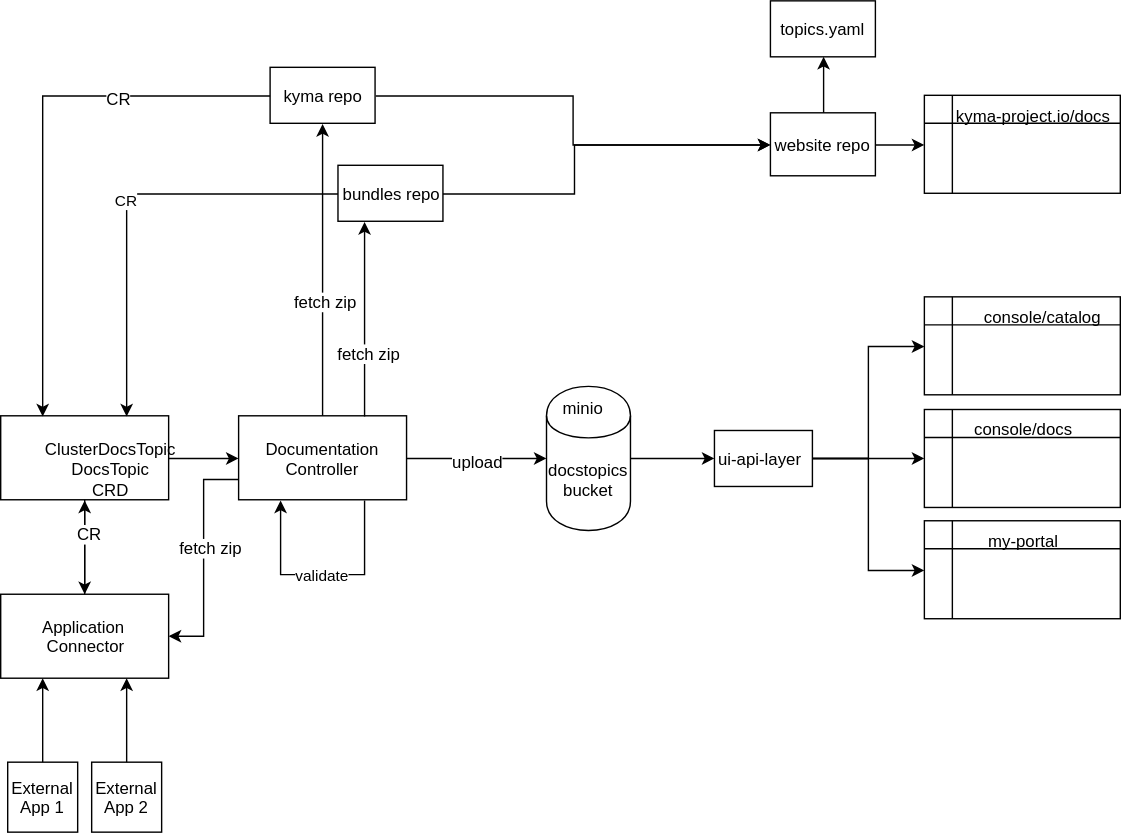
This is sig-and-wg/sig-core/proposals/assets/main-arch.svg from kyma-project/community, a draw.io export, as it was before one commit. Source tidied: cells renumbered, new cells last; positions are measured from the earlier drawing's top-left corner, leaving out a move shared by most shapes. Source of this version:
```xml
<mxGraphModel background="#ffffff">
  <root>
    <mxCell id="0" />
    <mxCell id="1" parent="0" />
    <mxCell id="2" style="edgeStyle=orthogonalEdgeStyle;rounded=0;html=1;entryX=0;entryY=0.5;jettySize=auto;" parent="1" edge="1" source="3" target="11">
      <mxGeometry relative="1" as="geometry" />
    </mxCell>
    <mxCell id="3" value="docstopics bucket&lt;br&gt;" style="shape=cylinder;whiteSpace=wrap;html=1;boundedLbl=1;backgroundOutline=1;fillColor=none;" parent="1" vertex="1">
      <mxGeometry x="390" y="275.5" width="60" height="103" as="geometry" />
    </mxCell>
    <mxCell id="4" value="&lt;blockquote style=&quot;margin: 0 0 0 40px ; border: none ; padding: 0px&quot;&gt;&lt;div style=&quot;text-align: center&quot;&gt;&lt;span&gt;console/catalog&lt;/span&gt;&lt;/div&gt;&lt;/blockquote&gt;" style="shape=internalStorage;whiteSpace=wrap;html=1;backgroundOutline=1;fillColor=none;horizontal=1;verticalAlign=top;align=left;" parent="1" vertex="1">
      <mxGeometry x="660" y="211.5" width="140" height="70" as="geometry" />
    </mxCell>
    <mxCell id="5" value="my-portal" style="shape=internalStorage;whiteSpace=wrap;html=1;backgroundOutline=1;fillColor=none;horizontal=1;verticalAlign=top;" parent="1" vertex="1">
      <mxGeometry x="660" y="371.5" width="140" height="70" as="geometry" />
    </mxCell>
    <mxCell id="6" value="console/docs" style="shape=internalStorage;whiteSpace=wrap;html=1;backgroundOutline=1;fillColor=none;horizontal=1;verticalAlign=top;" parent="1" vertex="1">
      <mxGeometry x="660" y="292" width="140" height="70" as="geometry" />
    </mxCell>
    <mxCell id="7" value="&amp;nbsp; &amp;nbsp; &amp;nbsp; kyma-project.io/docs" style="shape=internalStorage;whiteSpace=wrap;html=1;backgroundOutline=1;fillColor=none;horizontal=1;verticalAlign=top;align=left;" parent="1" vertex="1">
      <mxGeometry x="660" y="67.5" width="140" height="70" as="geometry" />
    </mxCell>
    <mxCell id="8" style="edgeStyle=orthogonalEdgeStyle;rounded=0;html=1;exitX=1;exitY=0.5;entryX=0;entryY=0.5;jettySize=auto;" parent="1" edge="1" source="11" target="4">
      <mxGeometry relative="1" as="geometry" />
    </mxCell>
    <mxCell id="9" style="edgeStyle=orthogonalEdgeStyle;rounded=0;html=1;entryX=0;entryY=0.5;jettySize=auto;" parent="1" edge="1" source="11" target="6">
      <mxGeometry relative="1" as="geometry" />
    </mxCell>
    <mxCell id="10" style="edgeStyle=orthogonalEdgeStyle;rounded=0;html=1;entryX=0;entryY=0.5;jettySize=auto;" parent="1" edge="1" source="11" target="5">
      <mxGeometry relative="1" as="geometry" />
    </mxCell>
    <mxCell id="11" value="ui-api-layer" style="rounded=0;whiteSpace=wrap;html=1;fillColor=none;align=left;" parent="1" vertex="1">
      <mxGeometry x="510" y="307" width="70" height="40" as="geometry" />
    </mxCell>
    <mxCell id="12" style="edgeStyle=orthogonalEdgeStyle;rounded=0;html=1;jettySize=auto;entryX=0;entryY=0.5;" parent="1" edge="1" source="21" target="3">
      <mxGeometry relative="1" as="geometry" />
    </mxCell>
    <mxCell id="13" value="upload" style="text;html=1;align=center;verticalAlign=middle;labelBackgroundColor=#ffffff;" parent="12" vertex="1">
      <mxGeometry x="0.44" y="-1" relative="1" as="geometry">
        <mxPoint x="-22" as="offset" />
      </mxGeometry>
    </mxCell>
    <mxCell id="14" value="validate" style="edgeStyle=orthogonalEdgeStyle;rounded=0;html=1;exitX=0.75;exitY=1;jettySize=auto;orthogonalLoop=1;entryX=0.25;entryY=1;" parent="1" edge="1" source="21" target="21">
      <mxGeometry relative="1" as="geometry">
        <Array as="points">
          <mxPoint x="260" y="410" />
          <mxPoint x="200" y="410" />
        </Array>
      </mxGeometry>
    </mxCell>
    <mxCell id="15" style="edgeStyle=orthogonalEdgeStyle;rounded=0;html=1;entryX=0.5;entryY=1;jettySize=auto;" parent="1" edge="1" source="21" target="28">
      <mxGeometry relative="1" as="geometry" />
    </mxCell>
    <mxCell id="16" value="fetch zip" style="text;html=1;align=center;verticalAlign=middle;labelBackgroundColor=#ffffff;" parent="15" vertex="1">
      <mxGeometry x="-0.21" y="-2" relative="1" as="geometry">
        <mxPoint y="1" as="offset" />
      </mxGeometry>
    </mxCell>
    <mxCell id="17" style="edgeStyle=orthogonalEdgeStyle;rounded=0;html=1;exitX=0.75;exitY=0;entryX=0.25;entryY=1;jettySize=auto;" parent="1" edge="1" source="21" target="31">
      <mxGeometry relative="1" as="geometry" />
    </mxCell>
    <mxCell id="18" value="fetch zip" style="text;html=1;align=center;verticalAlign=middle;labelBackgroundColor=#ffffff;" parent="17" vertex="1">
      <mxGeometry x="-0.34" y="-3" relative="1" as="geometry" />
    </mxCell>
    <mxCell id="19" style="edgeStyle=orthogonalEdgeStyle;rounded=0;html=1;exitX=0;exitY=0.75;entryX=1;entryY=0.5;jettySize=auto;" parent="1" edge="1" source="21" target="39">
      <mxGeometry relative="1" as="geometry" />
    </mxCell>
    <mxCell id="20" value="fetch zip" style="text;html=1;align=center;verticalAlign=middle;labelBackgroundColor=#ffffff;" parent="19" vertex="1">
      <mxGeometry x="0.23" y="1" relative="1" as="geometry">
        <mxPoint x="4" y="-27" as="offset" />
      </mxGeometry>
    </mxCell>
    <mxCell id="21" value="Documentation Controller" style="rounded=0;whiteSpace=wrap;html=1;fillColor=none;align=center;" parent="1" vertex="1">
      <mxGeometry x="170" y="296.5" width="120" height="60" as="geometry" />
    </mxCell>
    <mxCell id="22" style="edgeStyle=orthogonalEdgeStyle;rounded=0;html=1;entryX=0;entryY=0.5;jettySize=auto;" parent="1" edge="1" source="24" target="21">
      <mxGeometry relative="1" as="geometry" />
    </mxCell>
    <mxCell id="23" style="edgeStyle=orthogonalEdgeStyle;rounded=0;html=1;jettySize=auto;" parent="1" edge="1" source="24" target="39">
      <mxGeometry relative="1" as="geometry" />
    </mxCell>
    <mxCell id="24" value="DocsTopic&lt;br&gt;CRD&lt;br&gt;" style="rounded=0;whiteSpace=wrap;html=1;fillColor=none;align=center;" parent="1" vertex="1">
      <mxGeometry y="296.5" width="120" height="60" as="geometry" />
    </mxCell>
    <mxCell id="25" style="edgeStyle=orthogonalEdgeStyle;rounded=0;html=1;exitX=1;exitY=0.5;entryX=0;entryY=0.5;jettySize=auto;" parent="1" edge="1" source="28" target="34">
      <mxGeometry relative="1" as="geometry" />
    </mxCell>
    <mxCell id="26" style="edgeStyle=orthogonalEdgeStyle;rounded=0;html=1;entryX=0.25;entryY=0;jettySize=auto;" parent="1" edge="1" source="28" target="24">
      <mxGeometry relative="1" as="geometry" />
    </mxCell>
    <mxCell id="27" value="CR" style="text;html=1;align=center;verticalAlign=middle;labelBackgroundColor=#ffffff;" parent="26" vertex="1">
      <mxGeometry x="-0.44" y="1" relative="1" as="geometry">
        <mxPoint x="1" as="offset" />
      </mxGeometry>
    </mxCell>
    <mxCell id="28" value="kyma repo&lt;br&gt;" style="rounded=0;whiteSpace=wrap;html=1;fillColor=none;align=center;" parent="1" vertex="1">
      <mxGeometry x="192.5" y="47.5" width="75" height="40" as="geometry" />
    </mxCell>
    <mxCell id="29" style="edgeStyle=orthogonalEdgeStyle;rounded=0;html=1;exitX=1;exitY=0.5;jettySize=auto;entryX=0;entryY=0.5;" parent="1" edge="1" source="31" target="34">
      <mxGeometry relative="1" as="geometry">
        <Array as="points">
          <mxPoint x="410" y="138" />
          <mxPoint x="410" y="103" />
        </Array>
      </mxGeometry>
    </mxCell>
    <mxCell id="30" value="&lt;span&gt;CR&lt;/span&gt;" style="edgeStyle=orthogonalEdgeStyle;rounded=0;html=1;exitX=0;exitY=0.5;entryX=0.75;entryY=0;jettySize=auto;" parent="1" edge="1" source="31" target="24">
      <mxGeometry relative="1" as="geometry" />
    </mxCell>
    <mxCell id="31" value="bundles repo&lt;br&gt;" style="rounded=0;whiteSpace=wrap;html=1;fillColor=none;align=center;" parent="1" vertex="1">
      <mxGeometry x="241" y="117.5" width="75" height="40" as="geometry" />
    </mxCell>
    <mxCell id="32" style="edgeStyle=orthogonalEdgeStyle;rounded=0;html=1;exitX=0.5;exitY=0;entryX=0.5;entryY=1;jettySize=auto;" parent="1" edge="1" source="34" target="35">
      <mxGeometry relative="1" as="geometry" />
    </mxCell>
    <mxCell id="33" style="edgeStyle=orthogonalEdgeStyle;rounded=0;html=1;exitX=1;exitY=0.5;entryX=0;entryY=0.5;jettySize=auto;" parent="1" edge="1" source="34" target="7">
      <mxGeometry relative="1" as="geometry" />
    </mxCell>
    <mxCell id="34" value="website repo&lt;br&gt;" style="rounded=0;whiteSpace=wrap;html=1;fillColor=none;align=center;" parent="1" vertex="1">
      <mxGeometry x="550" y="80" width="75" height="45" as="geometry" />
    </mxCell>
    <mxCell id="35" value="topics.yaml&lt;br&gt;" style="rounded=0;whiteSpace=wrap;html=1;fillColor=none;align=center;" parent="1" vertex="1">
      <mxGeometry x="550" width="75" height="40" as="geometry" />
    </mxCell>
    <mxCell id="36" value="minio" style="text;html=1;align=left;verticalAlign=top;spacingTop=-4;" parent="1" vertex="1">
      <mxGeometry x="400" y="281.5" width="40" height="20" as="geometry" />
    </mxCell>
    <mxCell id="37" style="edgeStyle=orthogonalEdgeStyle;rounded=0;html=1;entryX=0.5;entryY=1;jettySize=auto;" parent="1" edge="1" source="39" target="24">
      <mxGeometry relative="1" as="geometry" />
    </mxCell>
    <mxCell id="38" value="CR" style="text;html=1;align=center;verticalAlign=middle;labelBackgroundColor=#ffffff;" parent="37" vertex="1">
      <mxGeometry x="0.31" y="-3" relative="1" as="geometry" />
    </mxCell>
    <mxCell id="39" value="Application&amp;nbsp;&lt;br&gt;Connector&lt;br&gt;" style="rounded=0;whiteSpace=wrap;html=1;fillColor=none;align=center;" parent="1" vertex="1">
      <mxGeometry y="424" width="120" height="60" as="geometry" />
    </mxCell>
    <mxCell id="40" style="edgeStyle=orthogonalEdgeStyle;rounded=0;html=1;exitX=0.5;exitY=0;entryX=0.25;entryY=1;jettySize=auto;" parent="1" edge="1" source="41" target="39">
      <mxGeometry relative="1" as="geometry" />
    </mxCell>
    <mxCell id="41" value="External App 1&lt;br&gt;" style="rounded=0;whiteSpace=wrap;html=1;fillColor=none;align=center;" parent="1" vertex="1">
      <mxGeometry x="5" y="544" width="50" height="50" as="geometry" />
    </mxCell>
    <mxCell id="42" style="edgeStyle=orthogonalEdgeStyle;rounded=0;html=1;exitX=0.5;exitY=0;entryX=0.75;entryY=1;jettySize=auto;" parent="1" edge="1" source="43" target="39">
      <mxGeometry relative="1" as="geometry" />
    </mxCell>
    <mxCell id="43" value="External App 2&lt;br&gt;" style="rounded=0;whiteSpace=wrap;html=1;fillColor=none;align=center;" parent="1" vertex="1">
      <mxGeometry x="65" y="544" width="50" height="50" as="geometry" />
    </mxCell>
  </root>
</mxGraphModel>
```
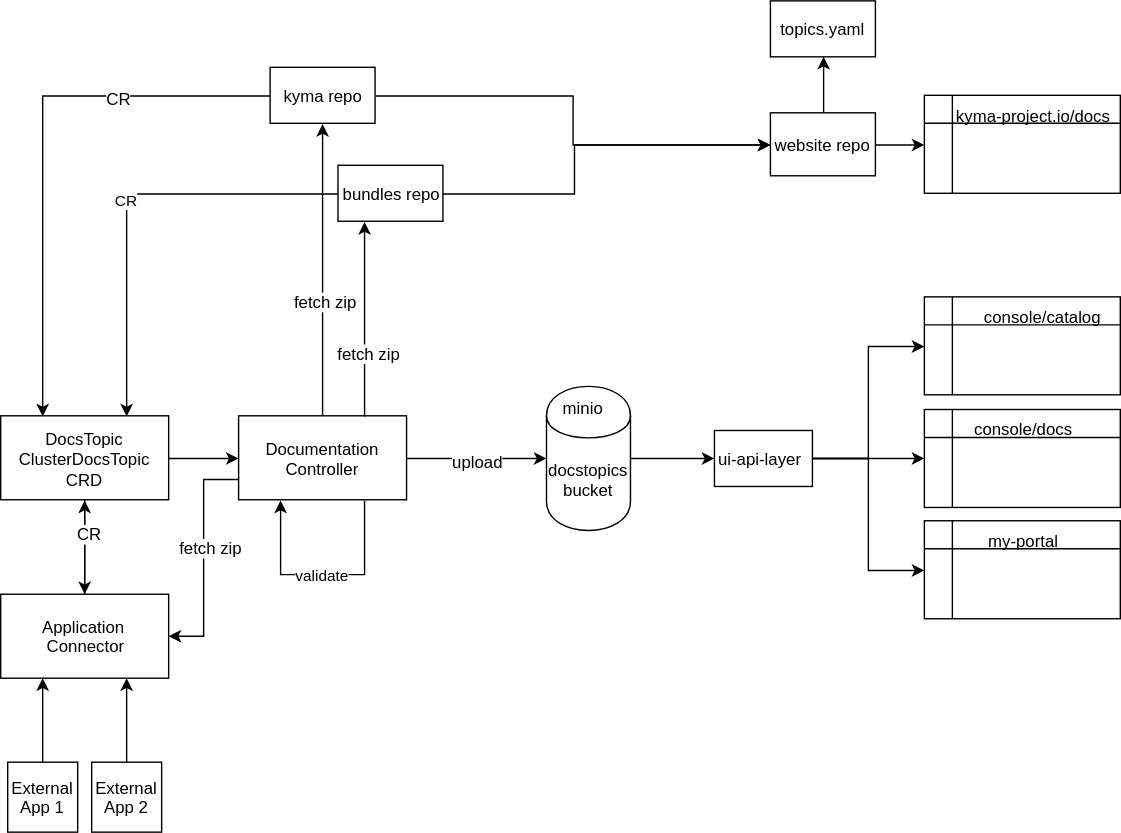
Above is the later version.

Diff of the diagram source:
```diff
@@ -79,7 +79,7 @@
     <mxCell id="23" style="edgeStyle=orthogonalEdgeStyle;rounded=0;html=1;jettySize=auto;" parent="1" edge="1" source="24" target="39">
       <mxGeometry relative="1" as="geometry" />
     </mxCell>
-    <mxCell id="24" value="DocsTopic&lt;br&gt;CRD&lt;br&gt;" style="rounded=0;whiteSpace=wrap;html=1;fillColor=none;align=center;" parent="1" vertex="1">
+    <mxCell id="24" value="DocsTopic&lt;br&gt;ClusterDocsTopic&lt;br&gt;CRD&lt;br&gt;" style="rounded=0;whiteSpace=wrap;html=1;fillColor=none;align=center;" parent="1" vertex="1">
       <mxGeometry y="296.5" width="120" height="60" as="geometry" />
     </mxCell>
     <mxCell id="25" style="edgeStyle=orthogonalEdgeStyle;rounded=0;html=1;exitX=1;exitY=0.5;entryX=0;entryY=0.5;jettySize=auto;" parent="1" edge="1" source="28" target="34">
```
